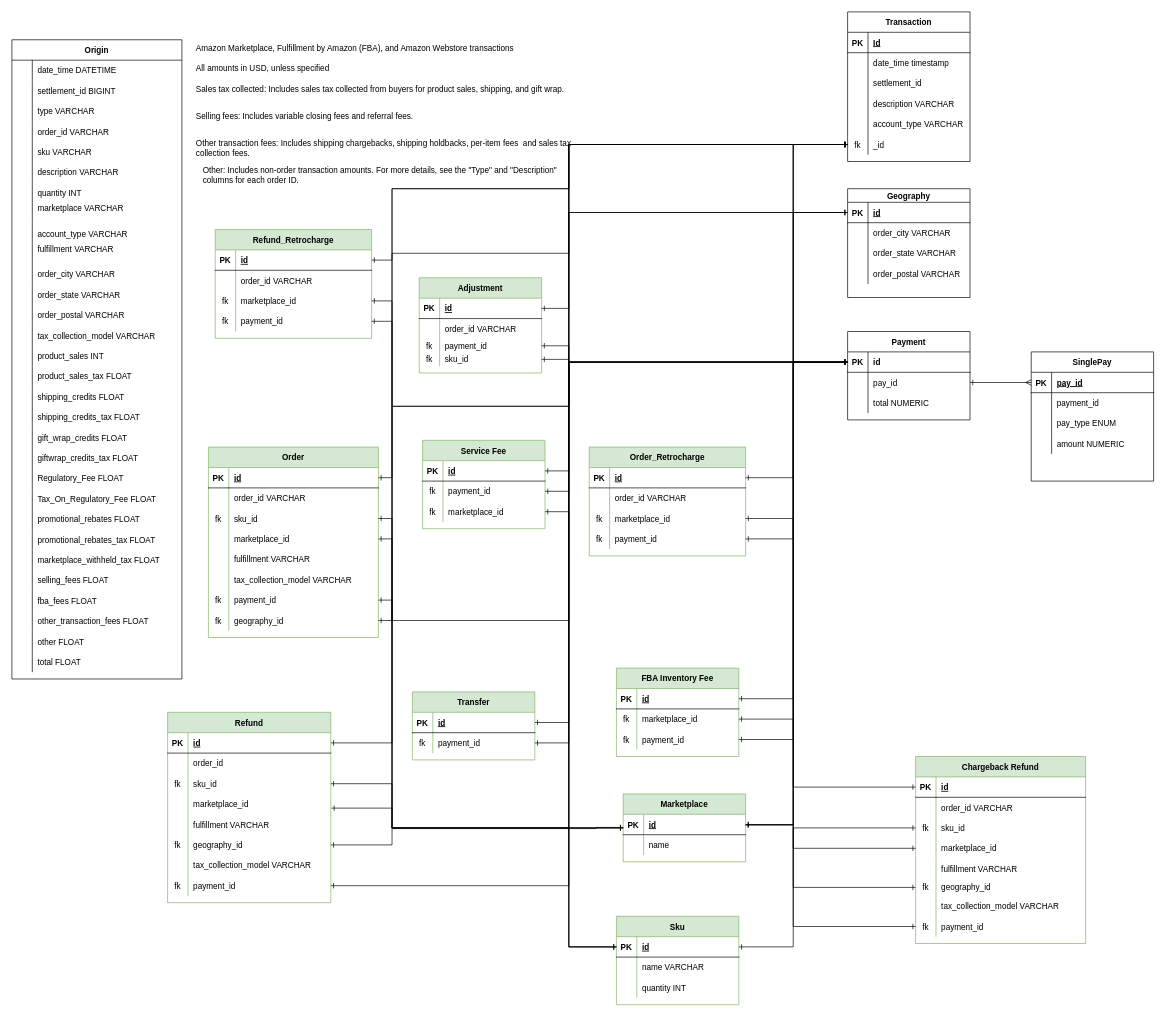
The draw.io diagram norm_maelys.drawio.xml in Urzhumtsev1/maelys, before the edit. Source tidied: cells renumbered, new cells numbered last; positions are measured from the earlier drawing's top-left corner, leaving out a move shared by most shapes. Both pictures are drawn from the tidied source at 68%, with x=0, y=0 at pixel (12, 12).
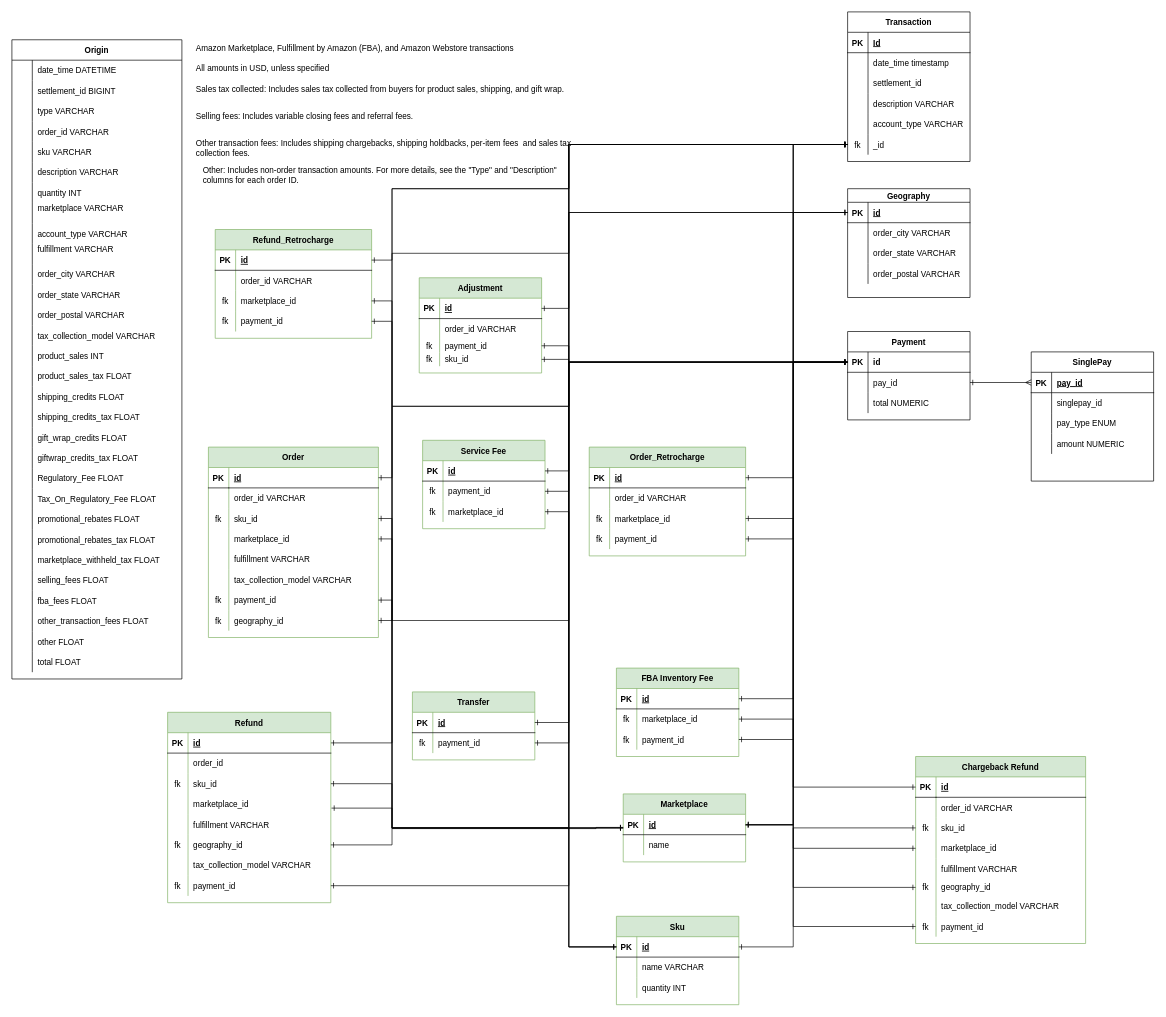
Above is the later version.

Unchanged cells that the change refers to:
```xml
<mxCell id="243" style="shape=tableRow;horizontal=0;startSize=0;swimlaneHead=0;swimlaneBody=0;fillColor=none;top=0;left=0;right=0;bottom=0;strokeColor=default;" parent="239" vertex="1">
  <mxGeometry y="60" width="180" height="30" as="geometry" />
</mxCell>
```

Change to the diagram source:
```diff
@@
-    <mxCell id="245" value="payment_id" style="shape=partialRectangle;fillColor=none;top=0;left=0;bottom=0;right=0;align=left;spacingLeft=6;overflow=hidden;strokeColor=default;" parent="243" vertex="1">
+    <mxCell id="245" value="singlepay_id" style="shape=partialRectangle;fillColor=none;top=0;left=0;bottom=0;right=0;align=left;spacingLeft=6;overflow=hidden;strokeColor=default;" parent="243" vertex="1">
       <mxGeometry x="30" width="150" height="30" as="geometry" />
     </mxCell>
```
